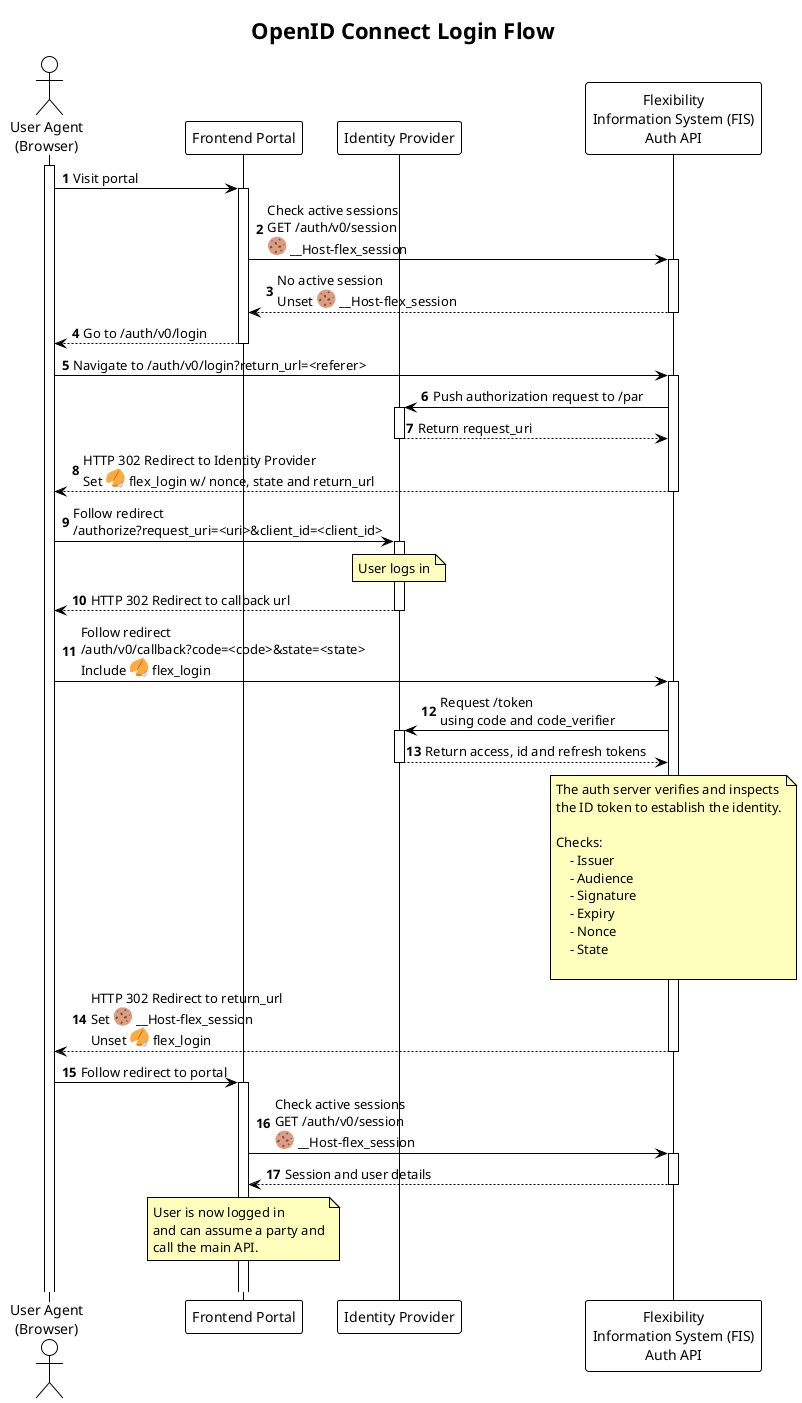
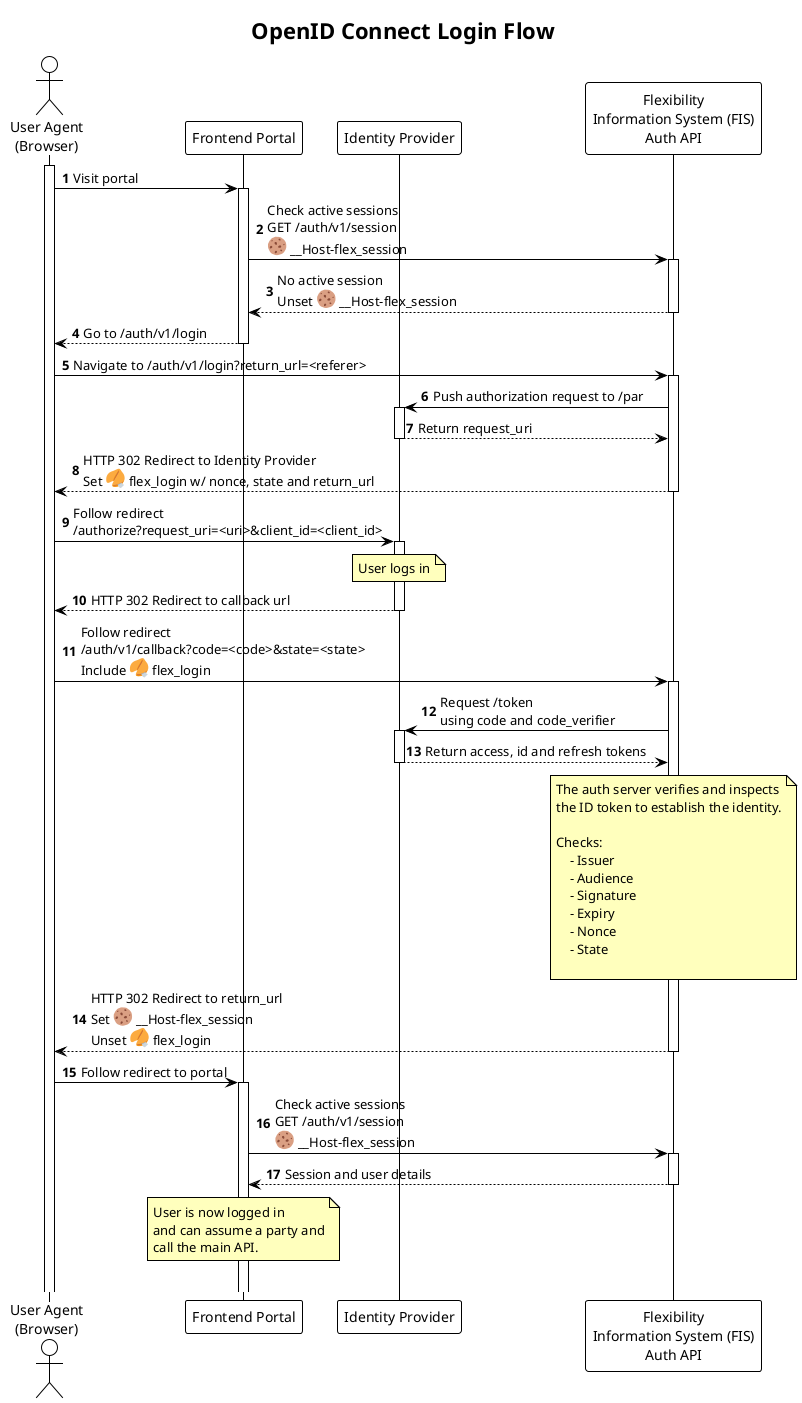
@startuml oidc_login_sequence

!theme plain

title OpenID Connect Login Flow

autonumber
autoactivate on

skinparam note {
    BackgroundColor #FFFFBD
}

actor "User Agent\n(Browser)" as UA
activate UA
participant "Frontend Portal" as PORTAL
participant "Identity Provider" as IDP
participant "Flexibility\nInformation System (FIS)\nAuth API" as AUTH

UA -> PORTAL: Visit portal
- PORTAL -> AUTH: Check active sessions\nGET /auth/v0/session\n<:cookie:> __Host-flex_session
+ PORTAL -> AUTH: Check active sessions\nGET /auth/v1/session\n<:cookie:> __Host-flex_session
return No active session\nUnset <:cookie:> __Host-flex_session
- return Go to /auth/v0/login
+ return Go to /auth/v1/login

- UA -> AUTH: Navigate to /auth/v0/login?return_url=<referer>
+ UA -> AUTH: Navigate to /auth/v1/login?return_url=<referer>
AUTH -> IDP: Push authorization request to /par
return Return request_uri
return HTTP 302 Redirect to Identity Provider\nSet <:fortune_cookie:> flex_login w/ nonce, state and return_url

UA -> IDP: Follow redirect\n/authorize?request_uri=<uri>&client_id=<client_id>
note over IDP
    User logs in
end note
return HTTP 302 Redirect to callback url

- UA -> AUTH: Follow redirect\n/auth/v0/callback?code=<code>&state=<state>\nInclude <:fortune_cookie:> flex_login
+ UA -> AUTH: Follow redirect\n/auth/v1/callback?code=<code>&state=<state>\nInclude <:fortune_cookie:> flex_login
AUTH -> IDP: Request /token\nusing code and code_verifier
return Return access, id and refresh tokens
note over AUTH
    The auth server verifies and inspects
    the ID token to establish the identity.

    Checks:
        - Issuer
        - Audience
        - Signature
        - Expiry
        - Nonce
        - State

end note

return HTTP 302 Redirect to return_url\nSet <:cookie:> __Host-flex_session\nUnset <:fortune_cookie:> flex_login

UA -> PORTAL: Follow redirect to portal
- PORTAL -> AUTH: Check active sessions\nGET /auth/v0/session\n<:cookie:> __Host-flex_session
+ PORTAL -> AUTH: Check active sessions\nGET /auth/v1/session\n<:cookie:> __Host-flex_session
return Session and user details

note over PORTAL
    User is now logged in
    and can assume a party and
    call the main API.
end note
|||
@enduml
